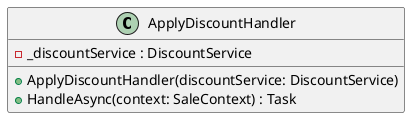
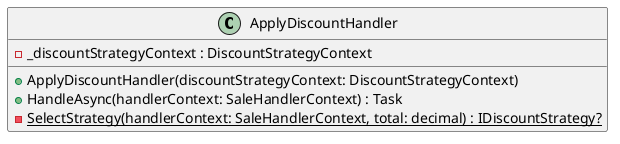
@startuml ApplyDiscountHandler

class ApplyDiscountHandler {
-     -_discountService : DiscountService
-     +ApplyDiscountHandler(discountService: DiscountService)
-     +HandleAsync(context: SaleContext) : Task
+     -_discountStrategyContext : DiscountStrategyContext
+     +ApplyDiscountHandler(discountStrategyContext: DiscountStrategyContext)
+     +HandleAsync(handlerContext: SaleHandlerContext) : Task
+     -{static} SelectStrategy(handlerContext: SaleHandlerContext, total: decimal) : IDiscountStrategy?
}

@enduml
